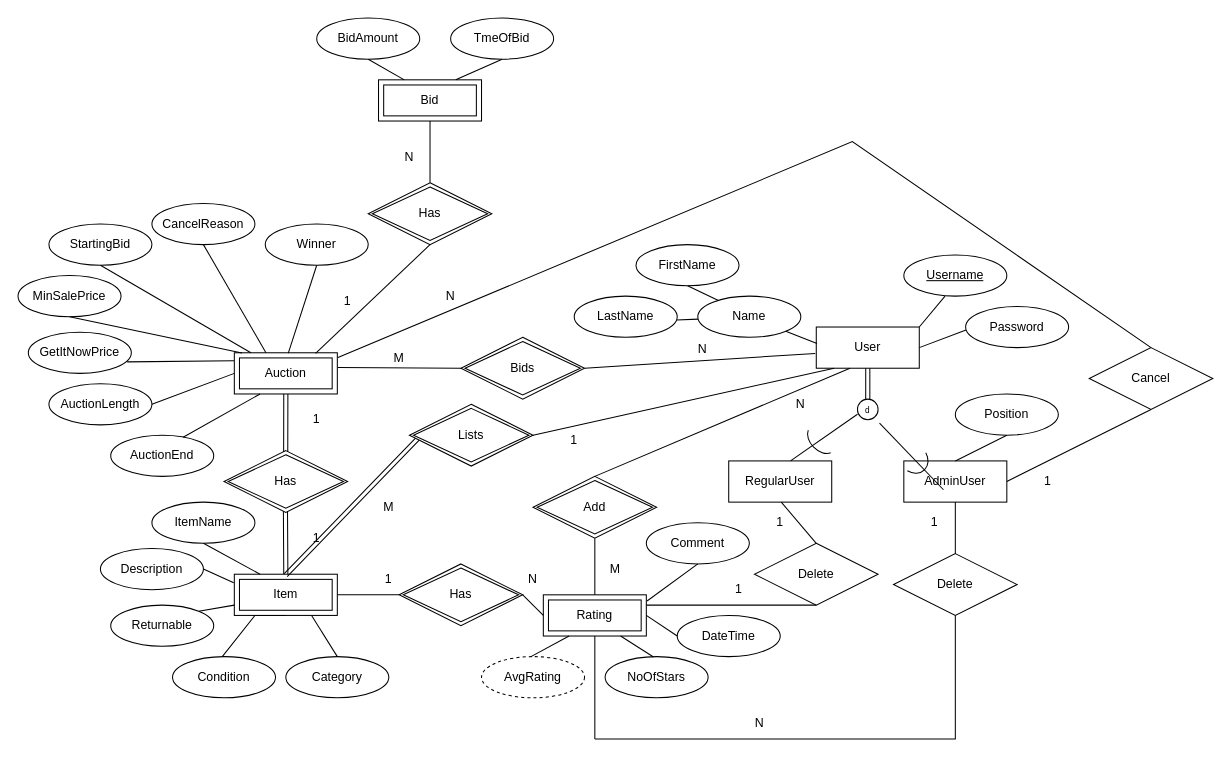
The draw.io diagram Phase_1/EER/eer_jnaranjo9.drawio in leileili1010/Buzzbid, before the edit. Source tidied: cells renumbered, new cells numbered last; positions are measured from the earlier drawing's top-left corner, leaving out a move shared by most shapes. Both pictures are drawn from the tidied source at 103%, with x=0, y=0 at pixel (18, 18).
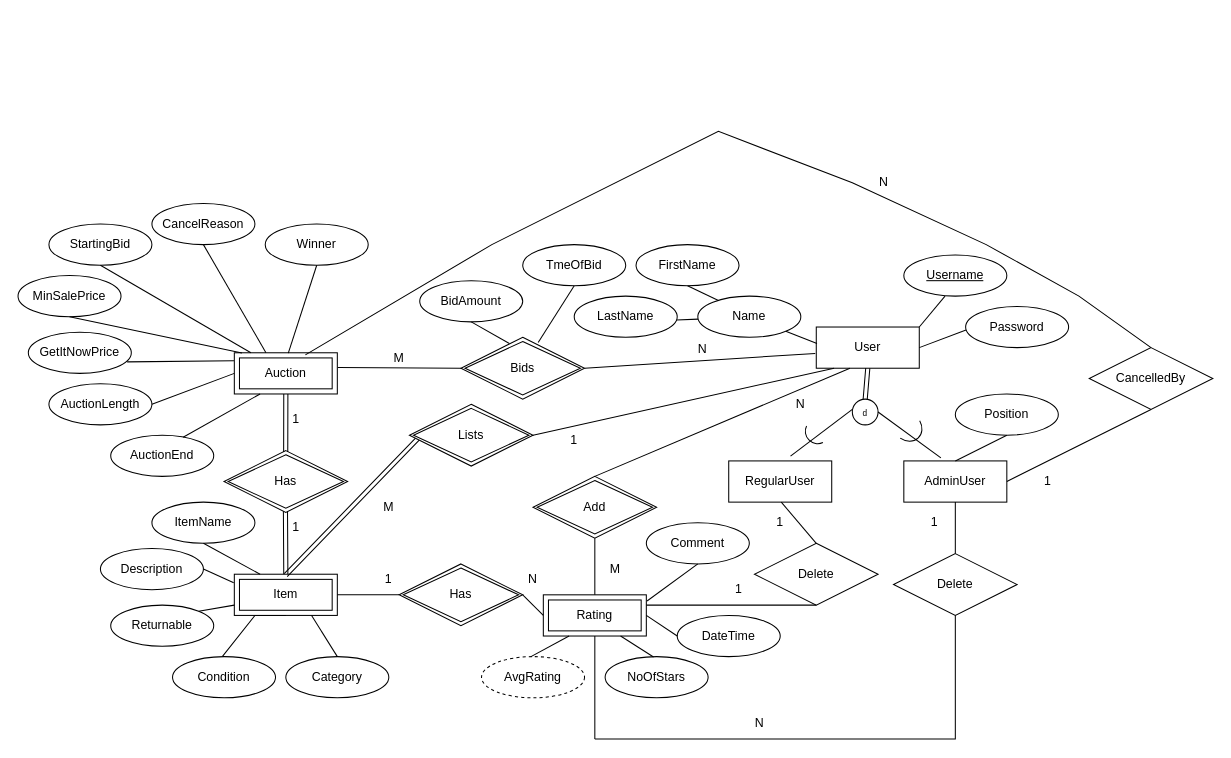
After the change.

Unchanged cells that the change refers to:
```xml
<mxCell id="3" value="AdminUser" style="whiteSpace=wrap;html=1;align=center;" parent="1" vertex="1">
  <mxGeometry x="860" y="430" width="100" height="40" as="geometry" />
</mxCell>
<mxCell id="26" value="Bids" style="shape=rhombus;double=1;perimeter=rhombusPerimeter;whiteSpace=wrap;html=1;align=center;" parent="1" vertex="1">
  <mxGeometry x="430" y="310" width="120" height="60" as="geometry" />
</mxCell>
<mxCell id="38" value="Auction" style="shape=ext;margin=3;double=1;whiteSpace=wrap;html=1;align=center;" parent="1" vertex="1">
  <mxGeometry x="210" y="325" width="100" height="40" as="geometry" />
</mxCell>
```

What changed in the source:
```diff
@@
     <mxCell id="6" value="&lt;font style=&quot;font-size: 8px;&quot;&gt;d&lt;/font&gt;" style="ellipse;whiteSpace=wrap;html=1;align=center;" parent="1" vertex="1">
-      <mxGeometry x="815" y="370" width="20" height="20" as="geometry" />
+      <mxGeometry x="810" y="370" width="25" height="25" as="geometry" />
     </mxCell>
@@
     <mxCell id="41" value="1" style="text;html=1;strokeColor=none;fillColor=none;align=center;verticalAlign=middle;whiteSpace=wrap;rounded=0;" parent="1" vertex="1">
-      <mxGeometry x="260" y="375" width="60" height="30" as="geometry" />
+      <mxGeometry x="240" y="375" width="60" height="30" as="geometry" />
     </mxCell>
     <mxCell id="42" value="1" style="text;html=1;strokeColor=none;fillColor=none;align=center;verticalAlign=middle;whiteSpace=wrap;rounded=0;" parent="1" vertex="1">
-      <mxGeometry x="260" y="490" width="60" height="30" as="geometry" />
+      <mxGeometry x="240" y="480" width="60" height="30" as="geometry" />
     </mxCell>
@@
-    <mxCell id="53" value="Bid" style="shape=ext;margin=3;double=1;whiteSpace=wrap;html=1;align=center;" parent="1" vertex="1">
-      <mxGeometry x="350" y="60" width="100" height="40" as="geometry" />
-    </mxCell>
-    <mxCell id="54" value="Has" style="shape=rhombus;double=1;perimeter=rhombusPerimeter;whiteSpace=wrap;html=1;align=center;" parent="1" vertex="1">
-      <mxGeometry x="340" y="160" width="120" height="60" as="geometry" />
-    </mxCell>
-    <mxCell id="55" value="1" style="text;html=1;strokeColor=none;fillColor=none;align=center;verticalAlign=middle;whiteSpace=wrap;rounded=0;" parent="1" vertex="1">
-      <mxGeometry x="290" y="260" width="60" height="30" as="geometry" />
-    </mxCell>
-    <mxCell id="56" value="N" style="text;html=1;strokeColor=none;fillColor=none;align=center;verticalAlign=middle;whiteSpace=wrap;rounded=0;" parent="1" vertex="1">
-      <mxGeometry x="350" y="120" width="60" height="30" as="geometry" />
-    </mxCell>
     <mxCell id="57" value="BidAmount" style="ellipse;whiteSpace=wrap;html=1;align=center;" parent="1" vertex="1">
-      <mxGeometry x="290" width="100" height="40" as="geometry" />
+      <mxGeometry x="390" y="255" width="100" height="40" as="geometry" />
     </mxCell>
     <mxCell id="58" value="TmeOfBid" style="ellipse;whiteSpace=wrap;html=1;align=center;" parent="1" vertex="1">
-      <mxGeometry x="420" width="100" height="40" as="geometry" />
+      <mxGeometry x="490" y="220" width="100" height="40" as="geometry" />
     </mxCell>
-    <mxCell id="59" style="endArrow=none;html=1;rounded=0;exitX=0.5;exitY=1;exitDx=0;exitDy=0;entryX=0.25;entryY=0;entryDx=0;entryDy=0;" parent="1" edge="1" source="57" target="53">
+    <mxCell id="59" style="endArrow=none;html=1;rounded=0;exitX=0.5;exitY=1;exitDx=0;exitDy=0;entryX=0.392;entryY=0.1;entryDx=0;entryDy=0;entryPerimeter=0;" parent="1" edge="1" source="57" target="26">
       <mxGeometry relative="1" as="geometry" />
     </mxCell>
-    <mxCell id="60" style="endArrow=none;html=1;rounded=0;exitX=0.5;exitY=1;exitDx=0;exitDy=0;entryX=0.75;entryY=0;entryDx=0;entryDy=0;" parent="1" edge="1" source="58" target="53">
-      <mxGeometry relative="1" as="geometry" />
+    <mxCell id="60" style="endArrow=none;html=1;rounded=0;exitX=0.5;exitY=1;exitDx=0;exitDy=0;entryX=0.75;entryY=0;entryDx=0;entryDy=0;" parent="1" edge="1" source="58">
+      <mxGeometry relative="1" as="geometry">
+        <mxPoint x="505" y="315" as="targetPoint" />
+      </mxGeometry>
     </mxCell>
@@
-    <mxCell id="68" value="Cancel" style="shape=rhombus;perimeter=rhombusPerimeter;whiteSpace=wrap;html=1;align=center;" parent="1" vertex="1">
+    <mxCell id="68" value="CancelledBy" style="shape=rhombus;perimeter=rhombusPerimeter;whiteSpace=wrap;html=1;align=center;" parent="1" vertex="1">
       <mxGeometry x="1040" y="320" width="120" height="60" as="geometry" />
     </mxCell>
@@
-    <mxCell id="70" style="endArrow=none;html=1;rounded=0;entryX=0.5;entryY=0;entryDx=0;entryDy=0;exitX=1.006;exitY=0.117;exitDx=0;exitDy=0;exitPerimeter=0;" parent="1" edge="1" source="38" target="68">
+    <mxCell id="70" style="endArrow=none;html=1;rounded=0;entryX=0.5;entryY=0;entryDx=0;entryDy=0;exitX=0.69;exitY=0.05;exitDx=0;exitDy=0;exitPerimeter=0;" parent="1" edge="1" source="38" target="68">
       <mxGeometry relative="1" as="geometry">
         <Array as="points">
-          <mxPoint x="810" y="120" />
+          <mxPoint x="460" y="220" />
+          <mxPoint x="680" y="110" />
+          <mxPoint x="810" y="160" />
+          <mxPoint x="940" y="220" />
+          <mxPoint x="1030" y="270" />
         </Array>
       </mxGeometry>
     </mxCell>
@@
-    <mxCell id="72" value="N" style="text;html=1;strokeColor=none;fillColor=none;align=center;verticalAlign=middle;whiteSpace=wrap;rounded=0;" parent="1" vertex="1">
-      <mxGeometry x="390" y="255" width="60" height="30" as="geometry" />
-    </mxCell>
@@
-    <mxCell id="103" style="endArrow=none;html=1;rounded=0;entryX=0.5;entryY=1;entryDx=0;entryDy=0;exitX=0.789;exitY=0.017;exitDx=0;exitDy=0;exitPerimeter=0;" parent="1" edge="1" source="38" target="54">
-      <mxGeometry relative="1" as="geometry" />
-    </mxCell>
-    <mxCell id="104" style="endArrow=none;html=1;rounded=0;entryX=0.5;entryY=1;entryDx=0;entryDy=0;exitX=0.5;exitY=0;exitDx=0;exitDy=0;" parent="1" edge="1" source="54" target="53">
-      <mxGeometry relative="1" as="geometry" />
-    </mxCell>
     <mxCell id="105" style="group;" parent="1" vertex="1">
-      <mxGeometry x="750" y="384.7" width="65" height="45.3" as="geometry" />
+      <mxGeometry x="750" y="380" width="60" height="45.3" as="geometry" />
     </mxCell>
     <mxCell id="106" style="verticalLabelPosition=bottom;verticalAlign=top;html=1;shape=mxgraph.basic.arc;startAngle=0.3;endAngle=0.7021571216913014;rotation=45;" parent="105" vertex="1">
-      <mxGeometry x="14.3" y="12.7" width="32.5" height="22.7" as="geometry" />
+      <mxGeometry x="14.1" y="10.3" width="23.7" height="22.7" as="geometry" />
     </mxCell>
     <mxCell id="107" style="endArrow=none;html=1;rounded=0;" parent="105" edge="1">
       <mxGeometry relative="1" as="geometry">
         <mxPoint y="45.3" as="sourcePoint" />
-        <mxPoint x="65" as="targetPoint" />
+        <mxPoint x="60" as="targetPoint" />
       </mxGeometry>
     </mxCell>
     <mxCell id="108" style="group;rotation=-90;" parent="1" vertex="1">
-      <mxGeometry x="844.9" y="370.1" width="52.6" height="62.6" as="geometry" />
+      <mxGeometry x="850" y="365" width="52.6" height="62.6" as="geometry" />
     </mxCell>
-    <mxCell id="109" style="verticalLabelPosition=bottom;verticalAlign=top;html=1;shape=mxgraph.basic.arc;startAngle=0.3;endAngle=0.7021571216913014;rotation=-45;" parent="108" vertex="1">
-      <mxGeometry x="11" y="41.7" width="26.3" height="31.3" as="geometry" />
+    <mxCell id="109" style="verticalLabelPosition=bottom;verticalAlign=top;html=1;shape=mxgraph.basic.arc;startAngle=0.3;endAngle=0.7146545675404934;rotation=-45;" parent="108" vertex="1">
+      <mxGeometry y="15.7" width="26.3" height="31.3" as="geometry" />
     </mxCell>
-    <mxCell id="110" style="endArrow=none;html=1;rounded=0;" parent="108" edge="1">
-      <mxGeometry relative="1" as="geometry">
-        <mxPoint x="53.6" y="87.9" as="sourcePoint" />
-        <mxPoint x="-8.5" y="23.2" as="targetPoint" />
-      </mxGeometry>
+    <mxCell id="110" style="endArrow=none;html=1;rounded=0;exitX=0.36;exitY=-0.075;exitDx=0;exitDy=0;exitPerimeter=0;entryX=1;entryY=0.5;entryDx=0;entryDy=0;" parent="1" edge="1" source="3" target="6">
+      <mxGeometry relative="1" as="geometry" />
     </mxCell>
+    <mxCell id="111" value="N" style="html=1;whiteSpace=wrap;align=right;verticalAlign=bottom;" parent="1" vertex="1">
+      <mxGeometry x="680.5" y="340" as="geometry">
+        <mxPoint x="165" y="-172" as="offset" />
+      </mxGeometry>
+    </mxCell>
```
